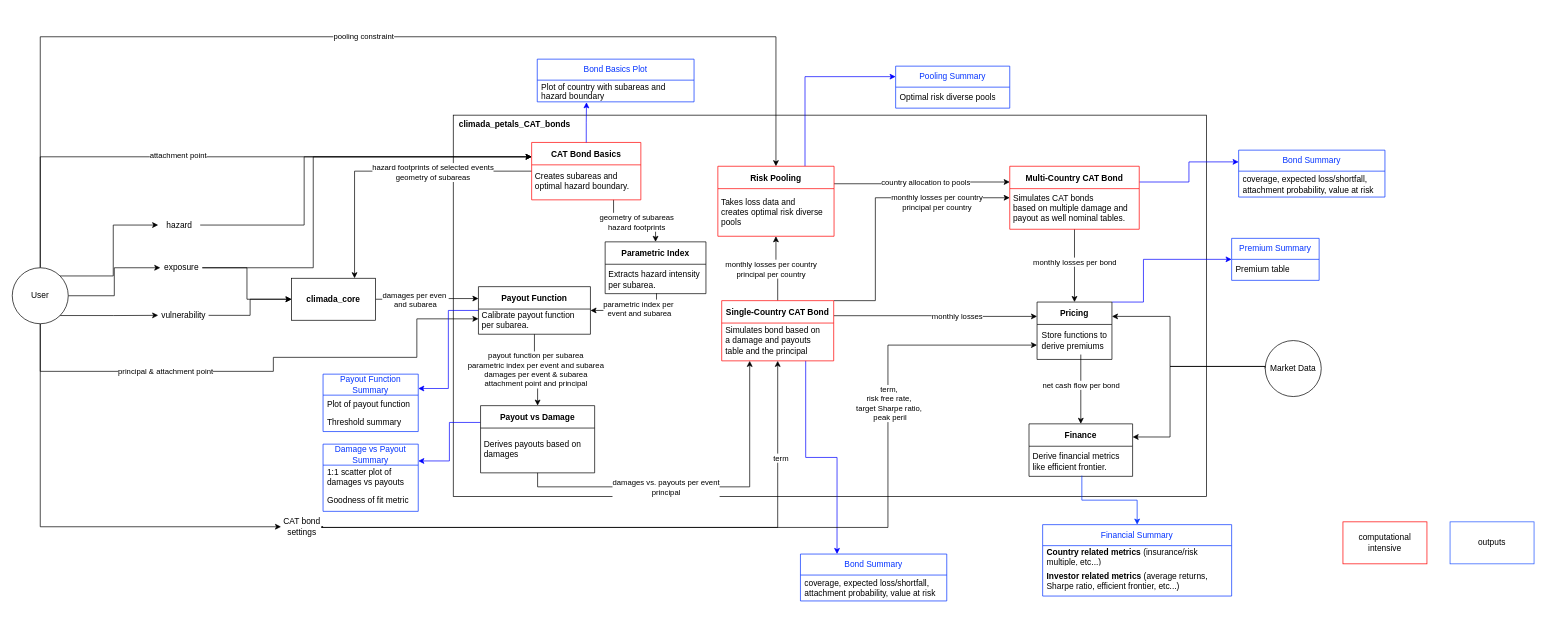
Before: data_flow_climada_petals.drawio in KaiOBerg/master_thesis_cat_bonds, a draw.io diagram. Source tidied: cells renumbered, new cells numbered last; positions are measured from the earlier drawing's top-left corner, leaving out a move shared by most shapes. Both pictures are drawn from the tidied source at 70%, with x=0, y=0 at pixel (12, 36).
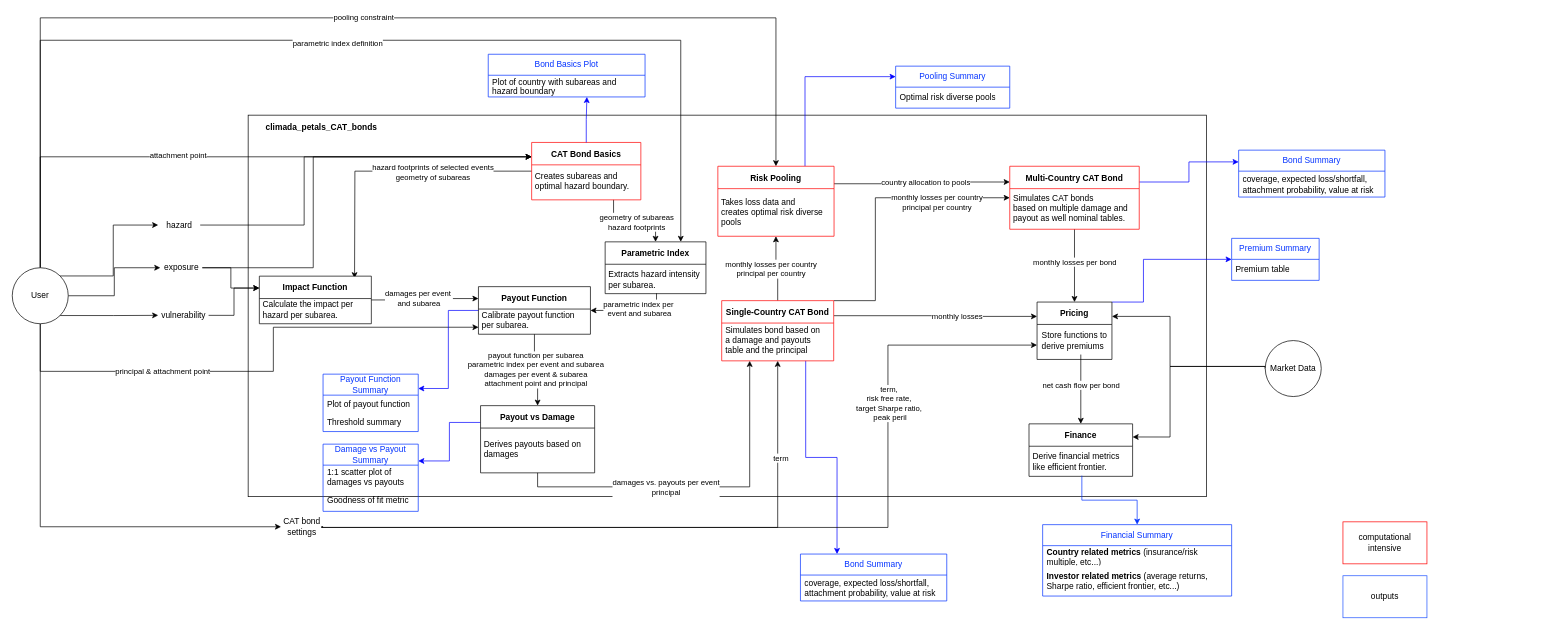
After the change.

Unchanged cells that the change refers to:
```xml
<mxCell id="13" value="User" style="ellipse;whiteSpace=wrap;html=1;" parent="1" vertex="1">
  <mxGeometry y="330" width="80" height="80" as="geometry" />
</mxCell>
<mxCell id="16" value="exposure" style="text;html=1;align=center;verticalAlign=middle;whiteSpace=wrap;rounded=0;" parent="1" vertex="1">
  <mxGeometry x="211.5" y="315" width="60" height="30" as="geometry" />
</mxCell>
<mxCell id="18" value="vulnerability" style="text;html=1;align=center;verticalAlign=middle;whiteSpace=wrap;rounded=0;" parent="1" vertex="1">
  <mxGeometry x="208.5" y="383" width="72" height="30" as="geometry" />
</mxCell>
<mxCell id="45" value="CAT Bond Basics" style="swimlane;startSize=32;align=center;strokeColor=#FF0000;" parent="1" vertex="1">
  <mxGeometry x="742" y="151" width="156" height="82" as="geometry" />
</mxCell>
<mxCell id="51" value="Risk Pooling" style="swimlane;startSize=32;align=center;strokeColor=#FF0000;" parent="1" vertex="1">
  <mxGeometry x="1008" y="185" width="166" height="100" as="geometry" />
</mxCell>
<mxCell id="71" value="Parametric Index" style="swimlane;startSize=32;align=center;" parent="1" vertex="1">
  <mxGeometry x="847" y="293" width="144" height="74" as="geometry" />
</mxCell>
<mxCell id="76" value="Payout Function" style="swimlane;startSize=32;align=center;" parent="1" vertex="1">
  <mxGeometry x="666" y="357" width="160" height="68" as="geometry" />
</mxCell>
<mxCell id="77" value="&lt;div&gt;Calibrate payout function&amp;nbsp;&lt;/div&gt;&lt;div&gt;per subarea.&lt;/div&gt;" style="text;html=1;align=left;verticalAlign=middle;points=[];strokeColor=none;fillColor=none;" parent="76" vertex="1">
  <mxGeometry x="3" y="28" width="154" height="40" as="geometry" />
</mxCell>
<mxCell id="87" value="Plot of country with subareas and hazard boundary" style="text;strokeColor=none;fillColor=none;align=left;verticalAlign=middle;spacingLeft=4;spacingRight=4;overflow=hidden;points=[[0,0.5],[1,0.5]];portConstraint=eastwest;whiteSpace=wrap;html=1;" parent="86" vertex="1">
  <mxGeometry y="30" width="224" height="31" as="geometry" />
</mxCell>
```

Change to the diagram source:
```diff
@@
     <mxCell id="2" style="rounded=0;whiteSpace=wrap;html=1;fillColor=none;align=center;labelPosition=center;verticalLabelPosition=top;verticalAlign=middle;" parent="1" vertex="1">
-      <mxGeometry x="630" y="112" width="1076" height="545" as="geometry" />
+      <mxGeometry x="337" y="112" width="1369" height="545" as="geometry" />
     </mxCell>
@@
     <mxCell id="8" style="edgeStyle=orthogonalEdgeStyle;rounded=0;jettySize=auto;html=1;exitX=0.5;exitY=0;exitDx=0;exitDy=0;entryX=0.5;entryY=0;entryDx=0;entryDy=0;" parent="1" edge="1" source="13" target="51">
       <mxGeometry relative="1" as="geometry">
         <Array as="points">
-          <mxPoint x="40" />
-          <mxPoint x="1091" />
+          <mxPoint x="40" y="-27" />
+          <mxPoint x="1091" y="-27" />
         </Array>
       </mxGeometry>
     </mxCell>
@@
-    <mxCell id="10" style="edgeStyle=orthogonalEdgeStyle;rounded=0;jettySize=auto;html=1;exitX=0.5;exitY=1;exitDx=0;exitDy=0;" parent="1" edge="1" source="13">
+    <mxCell id="10" style="edgeStyle=orthogonalEdgeStyle;rounded=0;jettySize=auto;html=1;exitX=0.5;exitY=1;exitDx=0;exitDy=0;entryX=-0.019;entryY=0.75;entryDx=0;entryDy=0;entryPerimeter=0;" parent="1" edge="1" source="13" target="77">
       <mxGeometry relative="1" as="geometry">
-        <mxPoint x="666" y="403" as="targetPoint" />
         <Array as="points">
           <mxPoint x="40" y="478" />
           <mxPoint x="373" y="478" />
-          <mxPoint x="373" y="458" />
-          <mxPoint x="578" y="458" />
-          <mxPoint x="578" y="403" />
+          <mxPoint x="373" y="415" />
         </Array>
       </mxGeometry>
     </mxCell>
@@
+    <mxCell id="102" style="edgeStyle=orthogonalEdgeStyle;rounded=0;jettySize=auto;html=1;exitX=0.5;exitY=0;exitDx=0;exitDy=0;entryX=0.75;entryY=0;entryDx=0;entryDy=0;" parent="1" edge="1" source="13" target="71">
+      <mxGeometry relative="1" as="geometry">
+        <Array as="points">
+          <mxPoint x="40" y="5" />
+          <mxPoint x="955" y="5" />
+        </Array>
+      </mxGeometry>
+    </mxCell>
+    <mxCell id="103" value="parametric index definition" style="edgeLabel;html=1;align=center;verticalAlign=middle;" parent="102" vertex="1">
+      <mxGeometry x="-0.02" y="-3" relative="1" as="geometry" />
+    </mxCell>
@@
-    <mxCell id="15" style="edgeStyle=orthogonalEdgeStyle;rounded=0;jettySize=auto;html=1;exitX=1;exitY=0.5;exitDx=0;exitDy=0;" parent="1" edge="1" source="16" target="30">
+    <mxCell id="15" style="edgeStyle=orthogonalEdgeStyle;rounded=0;jettySize=auto;html=1;exitX=1;exitY=0.5;exitDx=0;exitDy=0;entryX=0;entryY=0.25;entryDx=0;entryDy=0;" parent="1" edge="1" source="16" target="104">
       <mxGeometry relative="1" as="geometry" />
     </mxCell>
@@
-    <mxCell id="17" style="edgeStyle=orthogonalEdgeStyle;rounded=0;jettySize=auto;html=1;exitX=1;exitY=0.5;exitDx=0;exitDy=0;entryX=0;entryY=0.5;entryDx=0;entryDy=0;" parent="1" edge="1" source="18" target="30">
+    <mxCell id="17" style="edgeStyle=orthogonalEdgeStyle;rounded=0;jettySize=auto;html=1;exitX=1;exitY=0.5;exitDx=0;exitDy=0;entryX=0;entryY=0.25;entryDx=0;entryDy=0;" parent="1" edge="1" source="18" target="104">
       <mxGeometry relative="1" as="geometry" />
     </mxCell>
@@
-    <mxCell id="28" style="edgeStyle=orthogonalEdgeStyle;rounded=0;jettySize=auto;html=1;entryX=0;entryY=0.25;entryDx=0;entryDy=0;" parent="1" edge="1" source="30" target="76">
+    <mxCell id="28" style="edgeStyle=orthogonalEdgeStyle;rounded=0;jettySize=auto;html=1;entryX=0;entryY=0.25;entryDx=0;entryDy=0;exitX=1;exitY=0.5;exitDx=0;exitDy=0;" parent="1" edge="1" source="104" target="76">
       <mxGeometry relative="1" as="geometry" />
     </mxCell>
-    <mxCell id="29" value="&lt;div style=&quot;caret-color: rgba(0, 0, 0, 0);&quot;&gt;damages per even&amp;nbsp;&lt;/div&gt;&lt;div style=&quot;caret-color: rgba(0, 0, 0, 0);&quot;&gt;and subarea&lt;/div&gt;" style="edgeLabel;html=1;align=center;verticalAlign=middle;rotation=0;" parent="28" vertex="1">
+    <mxCell id="29" value="&lt;div style=&quot;caret-color: rgba(0, 0, 0, 0);&quot;&gt;damages per event&amp;nbsp;&lt;/div&gt;&lt;div style=&quot;caret-color: rgba(0, 0, 0, 0);&quot;&gt;and subarea&lt;/div&gt;" style="edgeLabel;html=1;align=center;verticalAlign=middle;rotation=0;" parent="28" vertex="1">
       <mxGeometry x="-0.04" y="-1" relative="1" as="geometry">
-        <mxPoint x="-15" y="-1" as="offset" />
+        <mxPoint x="-7" y="-4" as="offset" />
       </mxGeometry>
     </mxCell>
-    <mxCell id="30" value="&lt;b&gt;climada_core&lt;/b&gt;" style="rounded=0;whiteSpace=wrap;html=1;" parent="1" vertex="1">
-      <mxGeometry x="399" y="345" width="120" height="60" as="geometry" />
-    </mxCell>
@@
-    <mxCell id="43" style="edgeStyle=orthogonalEdgeStyle;rounded=0;jettySize=auto;html=1;exitX=0;exitY=0.5;exitDx=0;exitDy=0;entryX=0.75;entryY=0;entryDx=0;entryDy=0;" parent="1" edge="1" source="45" target="30">
-      <mxGeometry relative="1" as="geometry" />
+    <mxCell id="43" style="edgeStyle=orthogonalEdgeStyle;rounded=0;jettySize=auto;html=1;exitX=0;exitY=0.5;exitDx=0;exitDy=0;entryX=0.75;entryY=0;entryDx=0;entryDy=0;" parent="1" edge="1" source="45">
+      <mxGeometry relative="1" as="geometry">
+        <mxPoint x="489" y="345" as="targetPoint" />
+      </mxGeometry>
     </mxCell>
@@
     <mxCell id="47" value="&lt;b&gt;climada_petals_CAT_bonds&lt;/b&gt;" style="text;html=1;align=center;verticalAlign=middle;whiteSpace=wrap;rounded=0;" parent="1" vertex="1">
-      <mxGeometry x="627" y="112" width="182" height="28" as="geometry" />
+      <mxGeometry x="351" y="115" width="182" height="28" as="geometry" />
     </mxCell>
@@
     <mxCell id="86" value="Bond Basics Plot" style="swimlane;fontStyle=0;horizontal=1;startSize=30;whiteSpace=wrap;html=1;fontColor=light-dark(#0433ff, #ededed);strokeColor=light-dark(#0433ff, #ededed);" parent="1" vertex="1">
-      <mxGeometry x="750" y="32" width="224" height="61" as="geometry" />
+      <mxGeometry x="680" y="25" width="224" height="61" as="geometry" />
     </mxCell>
@@
-    <mxCell id="88" style="edgeStyle=orthogonalEdgeStyle;rounded=0;jettySize=auto;html=1;exitX=0.5;exitY=0;exitDx=0;exitDy=0;entryX=0.314;entryY=1.021;entryDx=0;entryDy=0;entryPerimeter=0;strokeColor=#0000FF;" parent="1" edge="1" source="45" target="87">
+    <mxCell id="88" style="edgeStyle=orthogonalEdgeStyle;rounded=0;jettySize=auto;html=1;exitX=0.5;exitY=0;exitDx=0;exitDy=0;entryX=0.629;entryY=1;entryDx=0;entryDy=0;entryPerimeter=0;strokeColor=#0000FF;" parent="1" edge="1" source="45" target="87">
       <mxGeometry relative="1" as="geometry" />
     </mxCell>
@@
     <mxCell id="101" value="outputs" style="rounded=0;whiteSpace=wrap;html=1;fillColor=none;strokeColor=light-dark(#2054ff, #ff9090);" parent="1" vertex="1">
-      <mxGeometry x="2054" y="693" width="120" height="60" as="geometry" />
+      <mxGeometry x="1901" y="770" width="120" height="60" as="geometry" />
     </mxCell>
+    <mxCell id="104" value="Impact Function" style="swimlane;startSize=32;align=center;" parent="1" vertex="1">
+      <mxGeometry x="353" y="342" width="160" height="68" as="geometry" />
+    </mxCell>
+    <mxCell id="105" value="&lt;div&gt;Calculate the impact per&amp;nbsp;&lt;/div&gt;&lt;div&gt;hazard per subarea.&lt;/div&gt;" style="text;html=1;align=left;verticalAlign=middle;strokeColor=none;fillColor=none;" parent="104" vertex="1">
+      <mxGeometry x="3" y="28" width="151" height="40" as="geometry" />
+    </mxCell>
```
